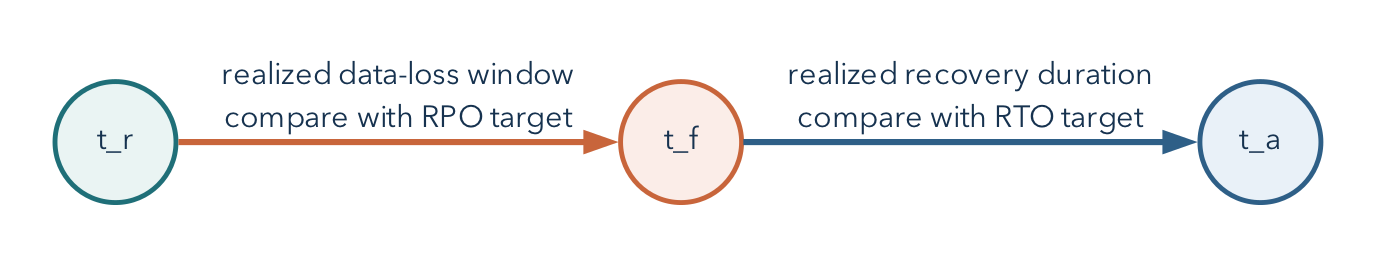
The Graphviz diagram course_materials/figures/recovery_timeline.png in lolusername/CST4714_OER, before a commit. Its source is kept beside it as course_materials/figures/recovery_timeline.dot. The source it was exported from:
```dot
digraph RecoveryTimeline {
  graph [bgcolor="transparent", rankdir=LR, pad=0.25, nodesep=0.3, ranksep=0.4,
         fontname="Avenir Next"];
  node [shape=circle, style=filled, width=0.55, fixedsize=true, fontname="Avenir Next",
        fontsize=10, color="#16324F", fillcolor="#FFFFFF", fontcolor="#16324F",
        penwidth=1.6];
  edge [color="#16324F", penwidth=2, arrowsize=0.75, fontname="Avenir Next",
        fontsize=10, fontcolor="#16324F"];

  recovered [label="t_r", fillcolor="#EAF4F3", color="#1F6F78"];
  failure [label="t_f", fillcolor="#FBEDE8", color="#C8653B"];
  acceptable [label="t_a", fillcolor="#E9F1F8", color="#2E5F87"];

  recovered -> failure [label="realized data-loss window\ncompare with RPO target", color="#C8653B"];
  failure -> acceptable [label="realized recovery duration\ncompare with RTO target", color="#2E5F87"];
}
```
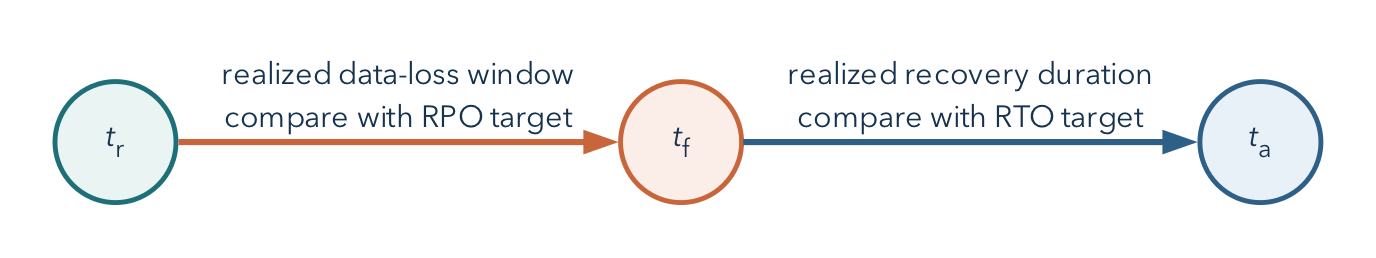
After the change.

The edit, as a diff of the source:
```diff
@@ -7,9 +7,9 @@
   edge [color="#16324F", penwidth=2, arrowsize=0.75, fontname="Avenir Next",
         fontsize=10, fontcolor="#16324F"];
 
-  recovered [label="t_r", fillcolor="#EAF4F3", color="#1F6F78"];
-  failure [label="t_f", fillcolor="#FBEDE8", color="#C8653B"];
-  acceptable [label="t_a", fillcolor="#E9F1F8", color="#2E5F87"];
+  recovered [label=<<I>t</I><SUB>r</SUB>>, fillcolor="#EAF4F3", color="#1F6F78"];
+  failure [label=<<I>t</I><SUB>f</SUB>>, fillcolor="#FBEDE8", color="#C8653B"];
+  acceptable [label=<<I>t</I><SUB>a</SUB>>, fillcolor="#E9F1F8", color="#2E5F87"];
 
   recovered -> failure [label="realized data-loss window\ncompare with RPO target", color="#C8653B"];
   failure -> acceptable [label="realized recovery duration\ncompare with RTO target", color="#2E5F87"];
```
